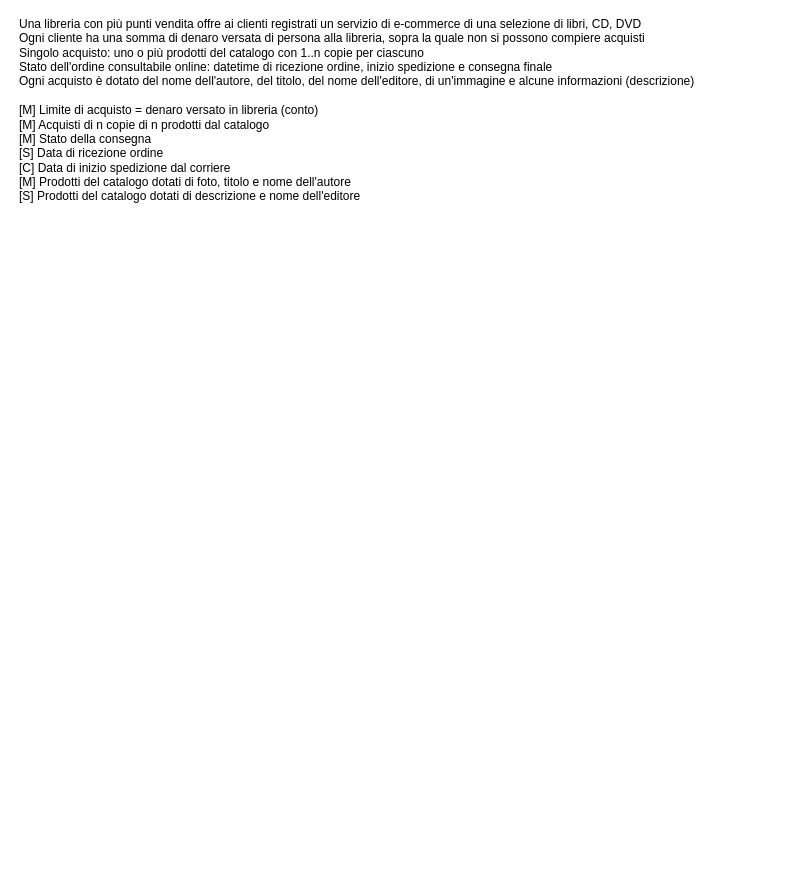
Above: UML_ECommerce.drawio in gifede/UML_6_10_2026 (draw.io), before the change. Source tidied: cells renumbered, new cells numbered last; positions are measured from the earlier drawing's top-left corner, leaving out a move shared by most shapes. Both pictures are drawn from the tidied source at 100%, with x=0, y=0 at pixel (17, 77).
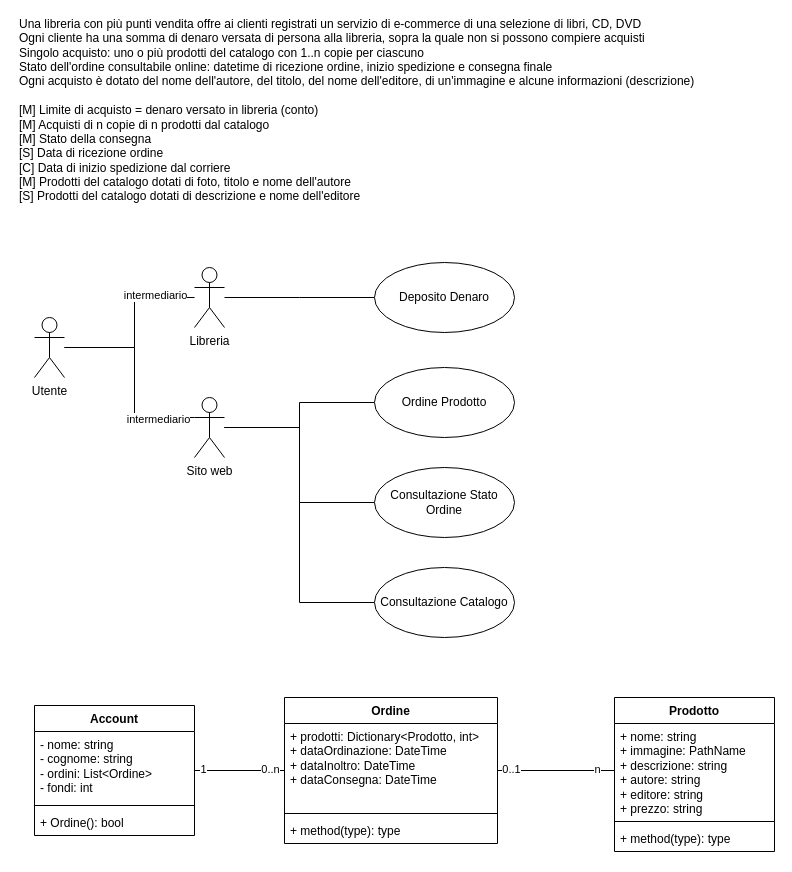
The same diagram, later.

What changed in the source:
```diff
@@
+    <mxCell id="3" style="edgeStyle=orthogonalEdgeStyle;rounded=0;jettySize=auto;html=1;endArrow=none;endFill=0;" parent="1" edge="1" source="7" target="13">
+      <mxGeometry relative="1" as="geometry">
+        <Array as="points">
+          <mxPoint x="117" y="270" />
+          <mxPoint x="117" y="220" />
+        </Array>
+      </mxGeometry>
+    </mxCell>
+    <mxCell id="4" value="intermediario" style="edgeLabel;html=1;align=center;verticalAlign=middle;" parent="3" vertex="1">
+      <mxGeometry x="0.55" y="3" relative="1" as="geometry" />
+    </mxCell>
+    <mxCell id="5" style="edgeStyle=orthogonalEdgeStyle;rounded=0;jettySize=auto;html=1;endArrow=none;endFill=0;" parent="1" edge="1" source="7" target="11">
+      <mxGeometry relative="1" as="geometry">
+        <Array as="points">
+          <mxPoint x="117" y="270" />
+          <mxPoint x="117" y="340" />
+        </Array>
+      </mxGeometry>
+    </mxCell>
+    <mxCell id="6" value="intermediario" style="edgeLabel;html=1;align=center;verticalAlign=middle;" parent="5" vertex="1">
+      <mxGeometry x="0.63" y="-1" relative="1" as="geometry" />
+    </mxCell>
+    <mxCell id="7" value="Utente" style="shape=umlActor;verticalLabelPosition=bottom;verticalAlign=top;html=1;" parent="1" vertex="1">
+      <mxGeometry x="17" y="240" width="30" height="60" as="geometry" />
+    </mxCell>
+    <mxCell id="8" style="edgeStyle=orthogonalEdgeStyle;rounded=0;jettySize=auto;html=1;entryX=0;entryY=0.5;entryDx=0;entryDy=0;endArrow=none;endFill=0;" parent="1" edge="1" source="11" target="15">
+      <mxGeometry relative="1" as="geometry" />
+    </mxCell>
+    <mxCell id="9" style="edgeStyle=orthogonalEdgeStyle;rounded=0;jettySize=auto;html=1;entryX=0;entryY=0.5;entryDx=0;entryDy=0;endArrow=none;endFill=0;" parent="1" edge="1" source="11" target="16">
+      <mxGeometry relative="1" as="geometry" />
+    </mxCell>
+    <mxCell id="10" style="edgeStyle=orthogonalEdgeStyle;rounded=0;jettySize=auto;html=1;entryX=0;entryY=0.5;entryDx=0;entryDy=0;endArrow=none;endFill=0;" parent="1" edge="1" source="11" target="17">
+      <mxGeometry relative="1" as="geometry" />
+    </mxCell>
+    <mxCell id="11" value="Sito web" style="shape=umlActor;verticalLabelPosition=bottom;verticalAlign=top;html=1;" parent="1" vertex="1">
+      <mxGeometry x="177" y="320" width="30" height="60" as="geometry" />
+    </mxCell>
+    <mxCell id="12" style="edgeStyle=orthogonalEdgeStyle;rounded=0;jettySize=auto;html=1;endArrow=none;endFill=0;" parent="1" edge="1" source="13">
+      <mxGeometry relative="1" as="geometry">
+        <mxPoint x="357" y="220" as="targetPoint" />
+      </mxGeometry>
+    </mxCell>
+    <mxCell id="13" value="Libreria" style="shape=umlActor;verticalLabelPosition=bottom;verticalAlign=top;html=1;" parent="1" vertex="1">
+      <mxGeometry x="177" y="190" width="30" height="60" as="geometry" />
+    </mxCell>
+    <mxCell id="14" value="Deposito Denaro" style="ellipse;whiteSpace=wrap;html=1;" parent="1" vertex="1">
+      <mxGeometry x="357" y="185" width="140" height="70" as="geometry" />
+    </mxCell>
+    <mxCell id="15" value="Ordine Prodotto" style="ellipse;whiteSpace=wrap;html=1;" parent="1" vertex="1">
+      <mxGeometry x="357" y="290" width="140" height="70" as="geometry" />
+    </mxCell>
+    <mxCell id="16" value="Consultazione Stato Ordine" style="ellipse;whiteSpace=wrap;html=1;" parent="1" vertex="1">
+      <mxGeometry x="357" y="390" width="140" height="70" as="geometry" />
+    </mxCell>
+    <mxCell id="17" value="Consultazione Catalogo" style="ellipse;whiteSpace=wrap;html=1;" parent="1" vertex="1">
+      <mxGeometry x="357" y="490" width="140" height="70" as="geometry" />
+    </mxCell>
+    <mxCell id="18" value="Prodotto" style="swimlane;fontStyle=1;align=center;verticalAlign=top;horizontal=1;startSize=26;whiteSpace=wrap;html=1;" parent="1" vertex="1">
+      <mxGeometry x="597" y="620" width="160" height="154" as="geometry" />
+    </mxCell>
+    <mxCell id="19" value="&lt;div&gt;+ nome: string&lt;/div&gt;&lt;div&gt;+ immagine: PathName&lt;/div&gt;&lt;div&gt;+ descrizione: string&lt;/div&gt;&lt;div&gt;+ autore: string&lt;/div&gt;&lt;div&gt;+ editore: string&lt;/div&gt;&lt;div&gt;+ prezzo: string&lt;/div&gt;" style="text;strokeColor=none;fillColor=none;align=left;verticalAlign=top;spacingLeft=4;spacingRight=4;overflow=hidden;points=[[0,0.5],[1,0.5]];portConstraint=eastwest;whiteSpace=wrap;html=1;" parent="18" vertex="1">
+      <mxGeometry y="26" width="160" height="94" as="geometry" />
+    </mxCell>
+    <mxCell id="20" style="line;strokeWidth=1;fillColor=none;align=left;verticalAlign=middle;spacingTop=-1;spacingLeft=3;spacingRight=3;labelPosition=right;strokeColor=inherit;" parent="18" vertex="1">
+      <mxGeometry y="120" width="160" height="8" as="geometry" />
+    </mxCell>
+    <mxCell id="21" value="+ method(type): type" style="text;strokeColor=none;fillColor=none;align=left;verticalAlign=top;spacingLeft=4;spacingRight=4;overflow=hidden;whiteSpace=wrap;html=1;" parent="18" vertex="1">
+      <mxGeometry y="128" width="160" height="26" as="geometry" />
+    </mxCell>
+    <mxCell id="22" style="edgeStyle=orthogonalEdgeStyle;rounded=0;jettySize=auto;html=1;exitX=1;exitY=0.5;exitDx=0;exitDy=0;entryX=0;entryY=0.5;entryDx=0;entryDy=0;endArrow=none;endFill=0;" parent="1" edge="1" source="25" target="19">
+      <mxGeometry relative="1" as="geometry" />
+    </mxCell>
+    <mxCell id="23" value="n" style="edgeLabel;html=1;align=center;verticalAlign=middle;" parent="22" vertex="1">
+      <mxGeometry x="0.22" y="3" relative="1" as="geometry">
+        <mxPoint x="28" y="1" as="offset" />
+      </mxGeometry>
+    </mxCell>
+    <mxCell id="24" value="0..1" style="edgeLabel;html=1;align=center;verticalAlign=middle;" parent="22" vertex="1">
+      <mxGeometry x="0.22" y="3" relative="1" as="geometry">
+        <mxPoint x="-58" y="1" as="offset" />
+      </mxGeometry>
+    </mxCell>
+    <mxCell id="25" value="Ordine" style="swimlane;fontStyle=1;align=center;verticalAlign=top;horizontal=1;startSize=26;whiteSpace=wrap;html=1;" parent="1" vertex="1">
+      <mxGeometry x="267" y="620" width="213" height="146" as="geometry" />
+    </mxCell>
+    <mxCell id="26" value="&lt;div&gt;+ prodotti: Dictionary&amp;lt;Prodotto, int&amp;gt;&lt;/div&gt;&lt;div&gt;+ dataOrdinazione: DateTime&lt;/div&gt;&lt;div&gt;+ dataInoltro: DateTime&lt;/div&gt;&lt;div&gt;+ dataConsegna: DateTime&lt;/div&gt;" style="text;strokeColor=none;fillColor=none;align=left;verticalAlign=top;spacingLeft=4;spacingRight=4;overflow=hidden;whiteSpace=wrap;html=1;" parent="25" vertex="1">
+      <mxGeometry y="26" width="213" height="86" as="geometry" />
+    </mxCell>
+    <mxCell id="27" style="line;strokeWidth=1;fillColor=none;align=left;verticalAlign=middle;spacingTop=-1;spacingLeft=3;spacingRight=3;labelPosition=right;strokeColor=inherit;" parent="25" vertex="1">
+      <mxGeometry y="112" width="213" height="8" as="geometry" />
+    </mxCell>
+    <mxCell id="28" value="+ method(type): type" style="text;strokeColor=none;fillColor=none;align=left;verticalAlign=top;spacingLeft=4;spacingRight=4;overflow=hidden;whiteSpace=wrap;html=1;" parent="25" vertex="1">
+      <mxGeometry y="120" width="213" height="26" as="geometry" />
+    </mxCell>
+    <mxCell id="29" style="edgeStyle=orthogonalEdgeStyle;rounded=0;jettySize=auto;html=1;exitX=1;exitY=0.5;exitDx=0;exitDy=0;entryX=0;entryY=0.5;entryDx=0;entryDy=0;endArrow=none;endFill=0;" parent="1" edge="1" source="32" target="25">
+      <mxGeometry relative="1" as="geometry" />
+    </mxCell>
+    <mxCell id="30" value="0..n" style="edgeLabel;html=1;align=center;verticalAlign=middle;" parent="29" vertex="1">
+      <mxGeometry x="0.67" y="2" relative="1" as="geometry" />
+    </mxCell>
+    <mxCell id="31" value="1" style="edgeLabel;html=1;align=center;verticalAlign=middle;" parent="29" vertex="1">
+      <mxGeometry x="-0.83" y="-1" relative="1" as="geometry">
+        <mxPoint y="-3" as="offset" />
+      </mxGeometry>
+    </mxCell>
+    <mxCell id="32" value="Account" style="swimlane;fontStyle=1;align=center;verticalAlign=top;horizontal=1;startSize=26;whiteSpace=wrap;html=1;" parent="1" vertex="1">
+      <mxGeometry x="17" y="628" width="160" height="130" as="geometry" />
+    </mxCell>
+    <mxCell id="33" value="&lt;div&gt;- nome: string&lt;/div&gt;&lt;div&gt;- cognome: string&lt;/div&gt;&lt;div&gt;- ordini: List&amp;lt;Ordine&amp;gt;&lt;/div&gt;&lt;div&gt;- fondi: int&lt;/div&gt;" style="text;strokeColor=none;fillColor=none;align=left;verticalAlign=top;spacingLeft=4;spacingRight=4;overflow=hidden;whiteSpace=wrap;html=1;" parent="32" vertex="1">
+      <mxGeometry y="26" width="160" height="70" as="geometry" />
+    </mxCell>
+    <mxCell id="34" style="line;strokeWidth=1;fillColor=none;align=left;verticalAlign=middle;spacingTop=-1;spacingLeft=3;spacingRight=3;labelPosition=right;strokeColor=inherit;" parent="32" vertex="1">
+      <mxGeometry y="96" width="160" height="8" as="geometry" />
+    </mxCell>
+    <mxCell id="35" value="+ Ordine(): bool" style="text;strokeColor=none;fillColor=none;align=left;verticalAlign=top;spacingLeft=4;spacingRight=4;overflow=hidden;whiteSpace=wrap;html=1;" parent="32" vertex="1">
+      <mxGeometry y="104" width="160" height="26" as="geometry" />
+    </mxCell>
```
